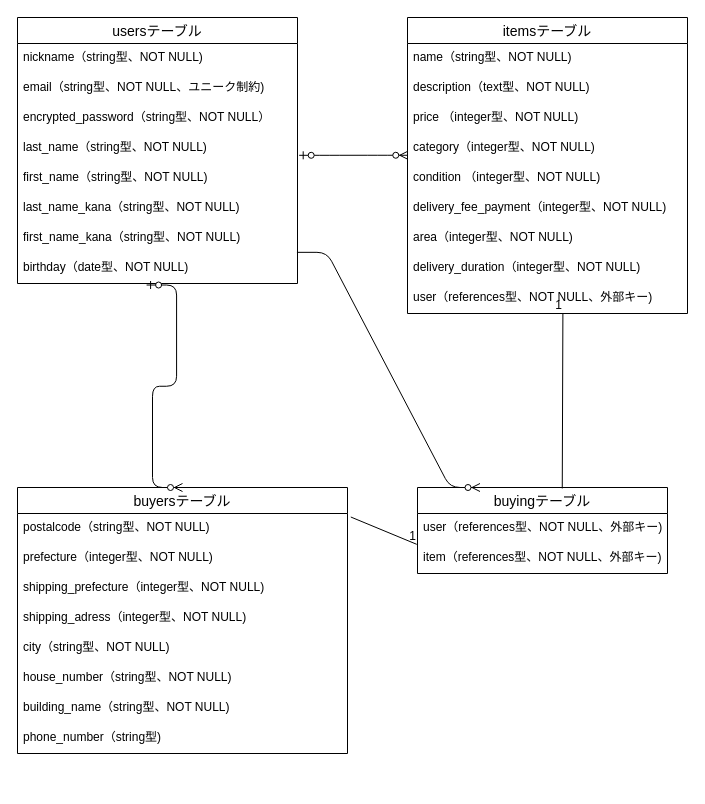
t-fukaishi/furima-40017 keeps this draw.io diagram as furima.dio. Above is the earlier version. Source tidied: cells renumbered, new cells numbered last; positions are measured from the earlier drawing's top-left corner, leaving out a move shared by most shapes. Both pictures are drawn from the tidied source at 100%, with x=0, y=0 at pixel (17, 17).
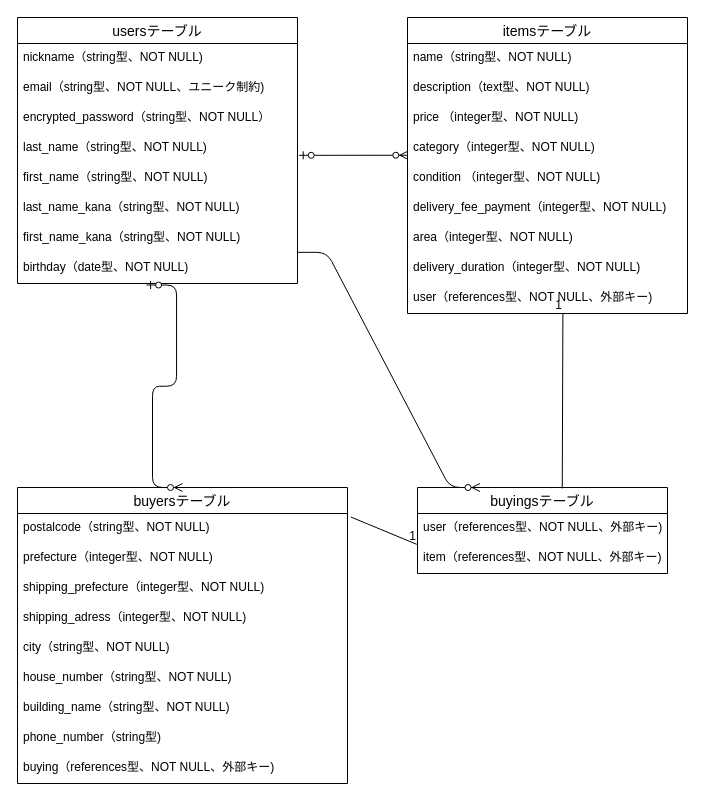
After the change.

What changed in the source:
```diff
@@
     <mxCell id="21" value="buyersテーブル" style="swimlane;fontStyle=0;horizontal=1;startSize=26;align=center;fontSize=14;strokeColor=default;fillColor=none;" parent="1" vertex="1">
-      <mxGeometry y="470" width="330" height="266" as="geometry" />
+      <mxGeometry y="470" width="330" height="296" as="geometry" />
     </mxCell>
@@
+    <mxCell id="40" value="buying（references型、NOT NULL、外部キー)" style="text;strokeColor=none;fillColor=none;spacingLeft=4;spacingRight=4;overflow=hidden;fontSize=12;" parent="21" vertex="1">
+      <mxGeometry y="266" width="330" height="30" as="geometry" />
+    </mxCell>
-    <mxCell id="30" value="buyingテーブル" style="swimlane;fontStyle=0;horizontal=1;startSize=26;align=center;fontSize=14;strokeColor=default;fillColor=none;" parent="1" vertex="1">
+    <mxCell id="30" value="buyingsテーブル" style="swimlane;fontStyle=0;horizontal=1;startSize=26;align=center;fontSize=14;strokeColor=default;fillColor=none;" parent="1" vertex="1">
       <mxGeometry x="400" y="470" width="250" height="86" as="geometry" />
     </mxCell>
```
